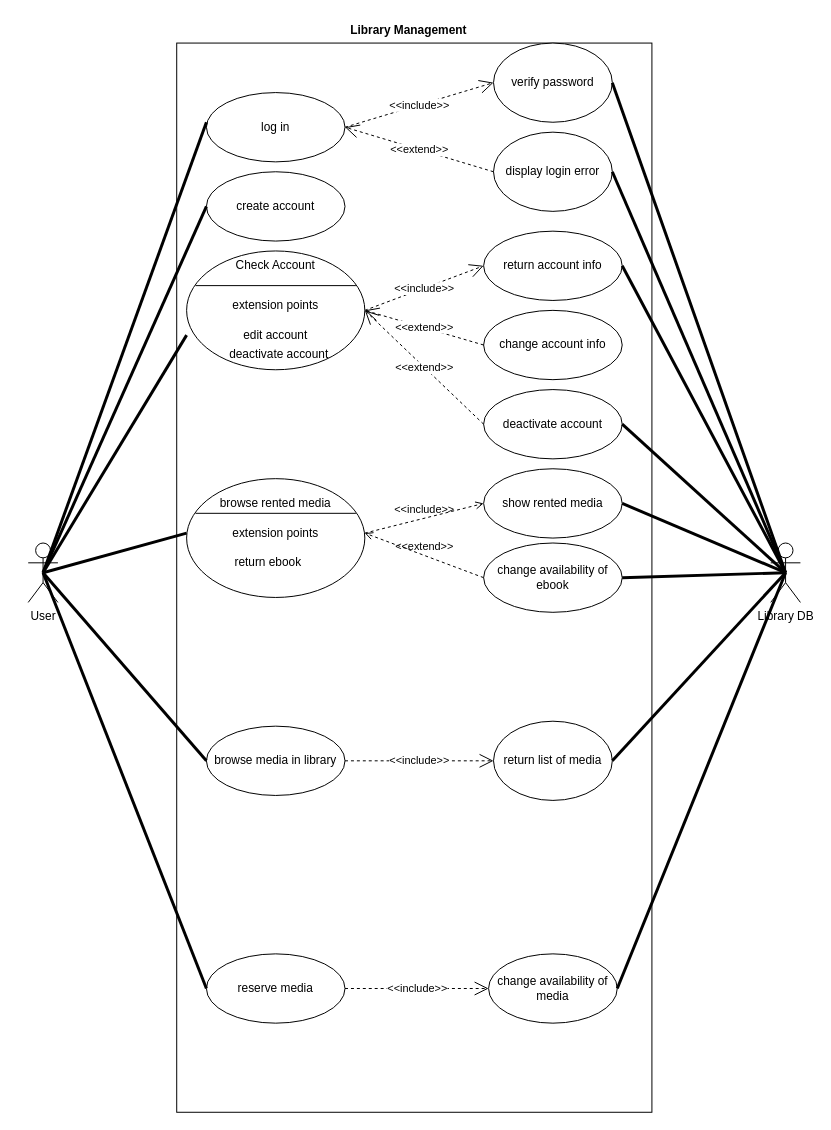
This is diagrams/usecase_library.drawio from sraosha47/m226, a draw.io file, before an edit. Source tidied: cells renumbered, new cells numbered last; positions are measured from the earlier drawing's top-left corner, leaving out a move shared by most shapes. Both pictures are drawn from the tidied source at 99%, with x=0, y=0 at pixel (28, 17).
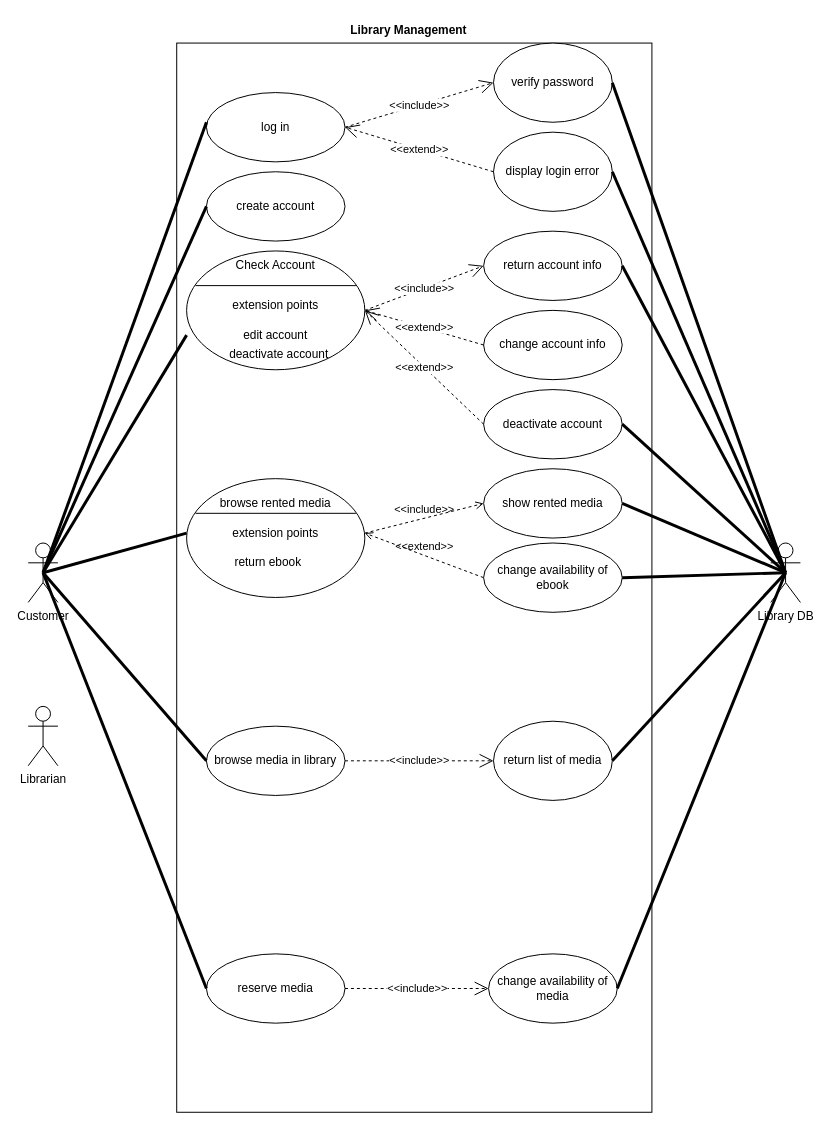
After the change.

Commit message:
added actor librarian

What changed in the source:
```diff
@@
-    <mxCell id="3" value="User" style="shape=umlActor;verticalLabelPosition=bottom;verticalAlign=top;html=1;" parent="1" vertex="1">
+    <mxCell id="3" value="Customer" style="shape=umlActor;verticalLabelPosition=bottom;verticalAlign=top;html=1;" parent="1" vertex="1">
       <mxGeometry y="531" width="30" height="60" as="geometry" />
     </mxCell>
@@
+    <mxCell id="55" value="Librarian" style="shape=umlActor;verticalLabelPosition=bottom;verticalAlign=top;html=1;" parent="1" vertex="1">
+      <mxGeometry y="696" width="30" height="60" as="geometry" />
+    </mxCell>
```
